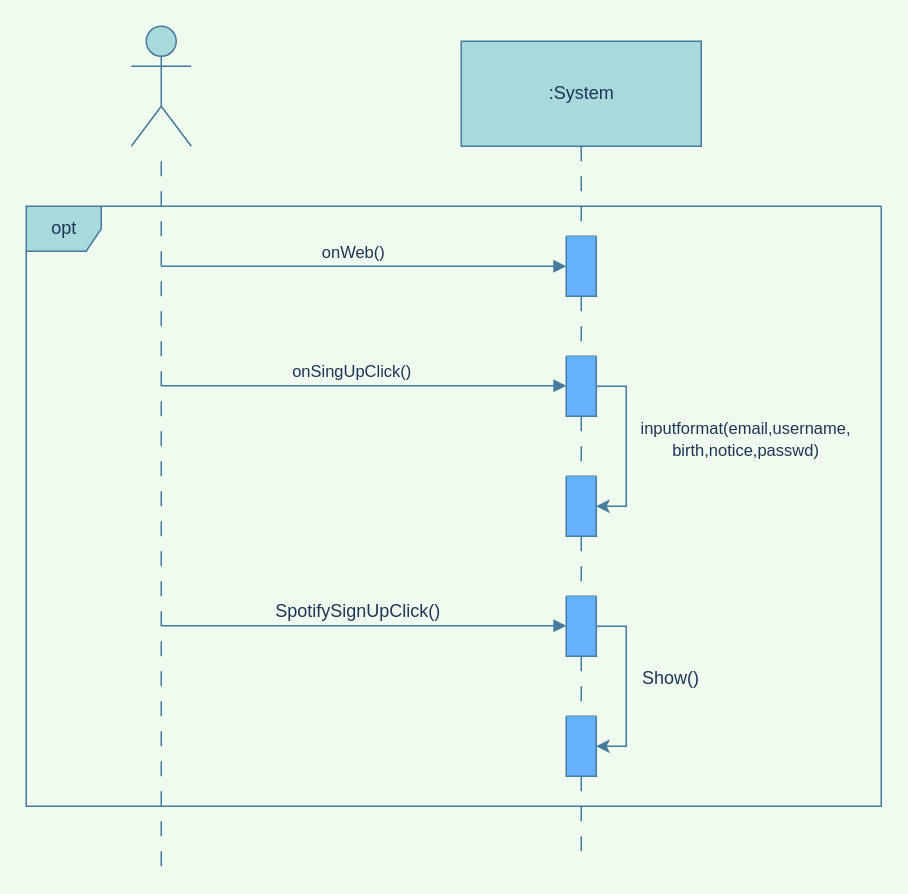
This is page "註冊作業(圖1)" (1 of 2) of Sequential diagram.drawio from 35596035/End-of-period-project, a draw.io file, before an edit. Source tidied: cells renumbered, new cells numbered last; positions are measured from the earlier drawing's top-left corner, leaving out a move shared by most shapes. Both pictures are drawn from the tidied source at 150%, with x=0, y=0 at pixel (26, 26).
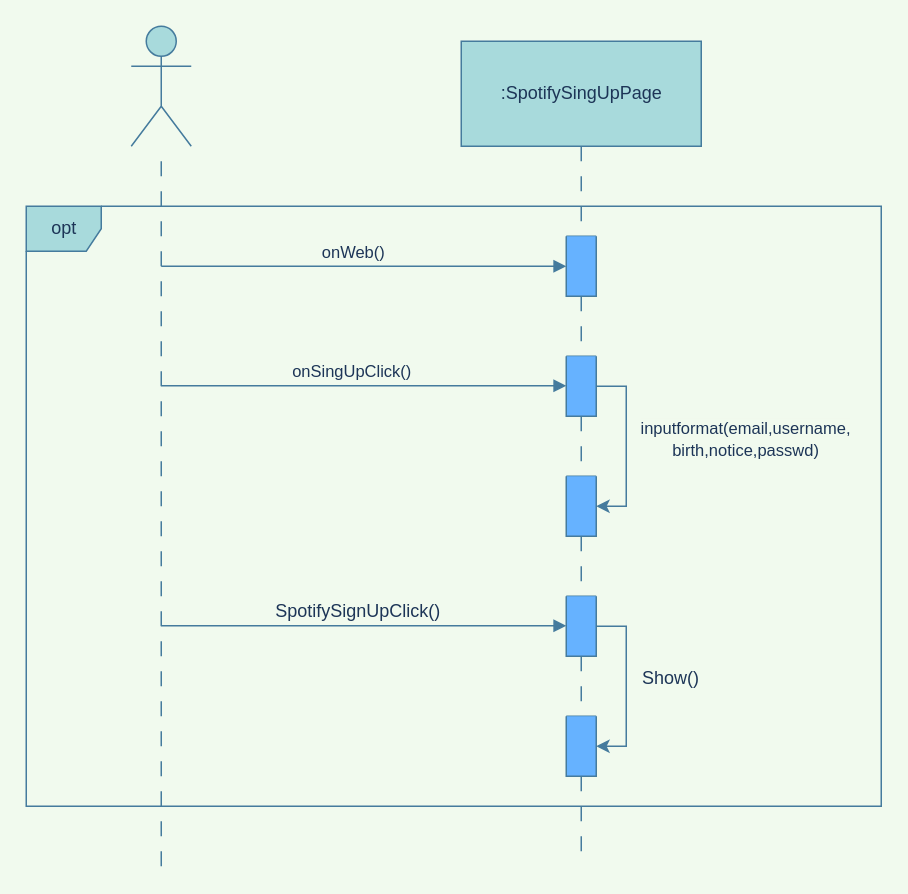
Above is the later version.

Commit message (it also covers changes not shown here):
Add 系統分析循序圖中翻英

Diff of the diagram source:
```diff
@@
-    <mxCell id="6" value=":System" style="text;html=1;align=center;verticalAlign=middle;dashed=0;fillColor=#A8DADC;strokeColor=#457B9D;fontColor=#1D3557;" parent="1" vertex="1">
+    <mxCell id="6" value=":SpotifySingUpPage" style="text;html=1;align=center;verticalAlign=middle;dashed=0;fillColor=#A8DADC;strokeColor=#457B9D;fontColor=#1D3557;" parent="1" vertex="1">
       <mxGeometry x="290" y="10" width="160" height="70" as="geometry" />
     </mxCell>
```
